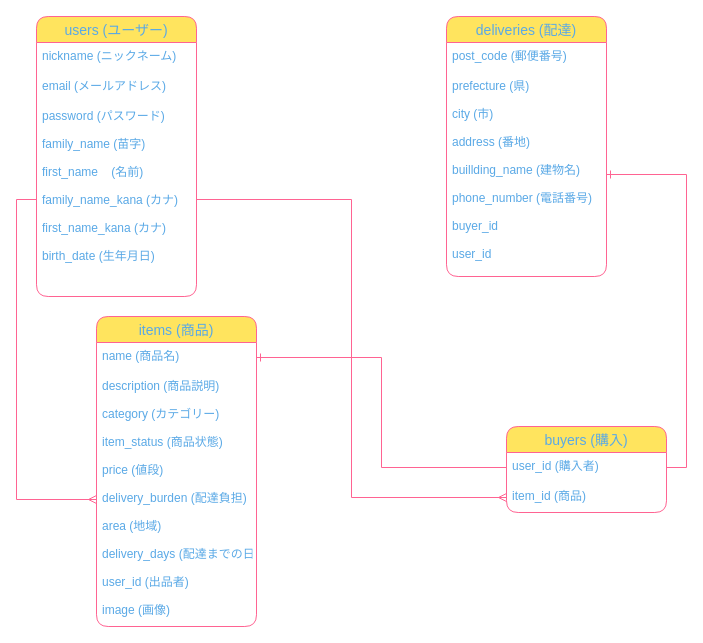
Earlier version of the draw.io diagram page "ページ1" (1 of 2) of furima.dio (UMEZAWA3064/furima-32328). Source tidied: cells renumbered, new cells numbered last; positions are measured from the earlier drawing's top-left corner, leaving out a move shared by most shapes. Both pictures are drawn from the tidied source at 100%, with x=0, y=0 at pixel (36, 16).
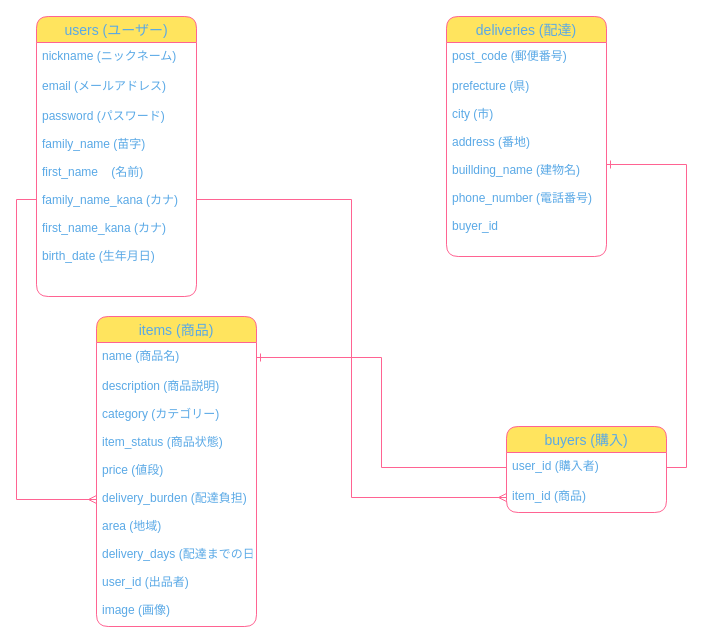
Above is the later version.

Commit message (it also covers changes not shown here):
belongs_to :userを削除

Change to the diagram source:
```diff
@@
 <mxGraphModel>
   <root>
     <mxCell id="0" />
     <mxCell id="1" parent="0" />
     <mxCell id="2" value="users (ユーザー)" style="swimlane;fontStyle=0;horizontal=1;startSize=26;align=center;fontSize=14;fillColor=#FFE45E;strokeColor=#FF6392;fontColor=#5AA9E6;rounded=1;" parent="1" vertex="1">
       <mxGeometry width="160" height="280" as="geometry" />
     </mxCell>
     <mxCell id="3" value="nickname (ニックネーム)" style="text;strokeColor=none;fillColor=none;spacingLeft=4;spacingRight=4;overflow=hidden;fontSize=12;fontColor=#5AA9E6;rounded=1;" parent="2" vertex="1">
       <mxGeometry y="26" width="160" height="30" as="geometry" />
     </mxCell>
     <mxCell id="4" value="email (メールアドレス)" style="text;strokeColor=none;fillColor=none;spacingLeft=4;spacingRight=4;overflow=hidden;fontSize=12;fontColor=#5AA9E6;rounded=1;" parent="2" vertex="1">
       <mxGeometry y="56" width="160" height="30" as="geometry" />
     </mxCell>
     <mxCell id="5" value="password (パスワード)&#10;&#10;family_name (苗字)&#10;&#10;first_name    (名前)&#10;&#10;family_name_kana (カナ)&#10;&#10;first_name_kana (カナ)&#10;&#10;birth_date (生年月日)" style="text;strokeColor=none;fillColor=none;spacingLeft=4;spacingRight=4;overflow=hidden;points=[[0,0.5],[1,0.5]];portConstraint=eastwest;fontSize=12;fontColor=#5AA9E6;rounded=1;" parent="2" vertex="1">
       <mxGeometry y="86" width="160" height="194" as="geometry" />
     </mxCell>
     <mxCell id="6" value="deliveries (配達)" style="swimlane;fontStyle=0;horizontal=1;startSize=26;align=center;fontSize=14;fillColor=#FFE45E;strokeColor=#FF6392;fontColor=#5AA9E6;rounded=1;" parent="1" vertex="1">
-      <mxGeometry x="410" width="160" height="260" as="geometry" />
+      <mxGeometry x="410" width="160" height="240" as="geometry" />
     </mxCell>
     <mxCell id="7" value="post_code (郵便番号)" style="text;strokeColor=none;fillColor=none;spacingLeft=4;spacingRight=4;overflow=hidden;fontSize=12;fontColor=#5AA9E6;rounded=1;" parent="6" vertex="1">
       <mxGeometry y="26" width="160" height="30" as="geometry" />
     </mxCell>
-    <mxCell id="8" value="prefecture (県)&#10;&#10;city (市)&#10;&#10;address (番地)&#10;&#10;buillding_name (建物名)&#10;&#10;phone_number (電話番号)&#10;&#10;buyer_id&#10;&#10;user_id" style="text;strokeColor=none;fillColor=none;spacingLeft=4;spacingRight=4;overflow=hidden;points=[[0,0.5],[1,0.5]];portConstraint=eastwest;fontSize=12;fontColor=#5AA9E6;rounded=1;" parent="6" vertex="1">
-      <mxGeometry y="56" width="160" height="204" as="geometry" />
+    <mxCell id="8" value="prefecture (県)&#10;&#10;city (市)&#10;&#10;address (番地)&#10;&#10;buillding_name (建物名)&#10;&#10;phone_number (電話番号)&#10;&#10;buyer_id&#10;" style="text;strokeColor=none;fillColor=none;spacingLeft=4;spacingRight=4;overflow=hidden;points=[[0,0.5],[1,0.5]];portConstraint=eastwest;fontSize=12;fontColor=#5AA9E6;rounded=1;" parent="6" vertex="1">
+      <mxGeometry y="56" width="160" height="184" as="geometry" />
     </mxCell>
     <mxCell id="9" value="buyers (購入)" style="swimlane;fontStyle=0;horizontal=1;startSize=26;align=center;fontSize=14;fillColor=#FFE45E;strokeColor=#FF6392;fontColor=#5AA9E6;rounded=1;" parent="1" vertex="1">
       <mxGeometry x="470" y="410" width="160" height="86" as="geometry" />
     </mxCell>
     <mxCell id="10" value="user_id (購入者)" style="text;strokeColor=none;fillColor=none;spacingLeft=4;spacingRight=4;overflow=hidden;points=[[0,0.5],[1,0.5]];portConstraint=eastwest;fontSize=12;fontColor=#5AA9E6;rounded=1;" parent="9" vertex="1">
       <mxGeometry y="26" width="160" height="30" as="geometry" />
     </mxCell>
     <mxCell id="11" value="item_id (商品)" style="text;strokeColor=none;fillColor=none;spacingLeft=4;spacingRight=4;overflow=hidden;points=[[0,0.5],[1,0.5]];portConstraint=eastwest;fontSize=12;fontColor=#5AA9E6;rounded=1;" parent="9" vertex="1">
       <mxGeometry y="56" width="160" height="30" as="geometry" />
     </mxCell>
     <mxCell id="12" value="items (商品)" style="swimlane;fontStyle=0;horizontal=1;startSize=26;align=center;fontSize=14;fillColor=#FFE45E;strokeColor=#FF6392;fontColor=#5AA9E6;rounded=1;" parent="1" vertex="1">
       <mxGeometry x="60" y="300" width="160" height="310" as="geometry" />
     </mxCell>
     <mxCell id="13" value="name (商品名)" style="text;strokeColor=none;fillColor=none;spacingLeft=4;spacingRight=4;overflow=hidden;points=[[0,0.5],[1,0.5]];portConstraint=eastwest;fontSize=12;fontColor=#5AA9E6;rounded=1;" parent="12" vertex="1">
       <mxGeometry y="26" width="160" height="30" as="geometry" />
     </mxCell>
     <mxCell id="14" value="description (商品説明)&#10;&#10;category (カテゴリー)&#10;&#10;item_status (商品状態)&#10;&#10;price (値段)&#10;&#10;delivery_burden (配達負担)&#10;&#10;area (地域)&#10;&#10;delivery_days (配達までの日数)&#10;&#10;user_id (出品者)&#10;&#10;image (画像)" style="text;fillColor=none;spacingLeft=4;spacingRight=4;overflow=hidden;points=[[0,0.5],[1,0.5]];portConstraint=eastwest;fontSize=12;fontColor=#5AA9E6;rounded=1;" parent="12" vertex="1">
       <mxGeometry y="56" width="160" height="254" as="geometry" />
     </mxCell>
     <mxCell id="15" style="edgeStyle=orthogonalEdgeStyle;rounded=0;jettySize=auto;html=1;exitX=0;exitY=0.5;exitDx=0;exitDy=0;entryX=0;entryY=0.5;entryDx=0;entryDy=0;startArrow=ERmany;startFill=0;strokeColor=#FF6392;fillColor=#FFE45E;fontColor=#5AA9E6;endArrow=none;endFill=0;" parent="1" edge="1" source="14" target="5">
       <mxGeometry relative="1" as="geometry" />
     </mxCell>
     <mxCell id="16" style="edgeStyle=orthogonalEdgeStyle;rounded=0;jettySize=auto;html=1;exitX=1;exitY=0.5;exitDx=0;exitDy=0;entryX=0;entryY=0.5;entryDx=0;entryDy=0;startArrow=ERone;startFill=0;endArrow=none;endFill=0;strokeColor=#FF6392;fillColor=#FFE45E;fontColor=#5AA9E6;" parent="1" edge="1" source="13" target="10">
       <mxGeometry relative="1" as="geometry" />
     </mxCell>
     <mxCell id="17" style="edgeStyle=orthogonalEdgeStyle;rounded=0;jettySize=auto;html=1;exitX=0;exitY=0.5;exitDx=0;exitDy=0;startArrow=ERmany;startFill=0;endArrow=none;endFill=0;strokeColor=#FF6392;fillColor=#FFE45E;fontColor=#5AA9E6;" parent="1" edge="1" source="11" target="5">
       <mxGeometry relative="1" as="geometry" />
     </mxCell>
     <mxCell id="18" style="edgeStyle=orthogonalEdgeStyle;rounded=0;jettySize=auto;html=1;exitX=1;exitY=0.5;exitDx=0;exitDy=0;entryX=1;entryY=0.5;entryDx=0;entryDy=0;startArrow=ERone;startFill=0;endArrow=none;endFill=0;strokeColor=#FF6392;fillColor=#FFE45E;fontColor=#5AA9E6;" parent="1" edge="1" source="8" target="10">
       <mxGeometry relative="1" as="geometry" />
     </mxCell>
   </root>
 </mxGraphModel>
```
